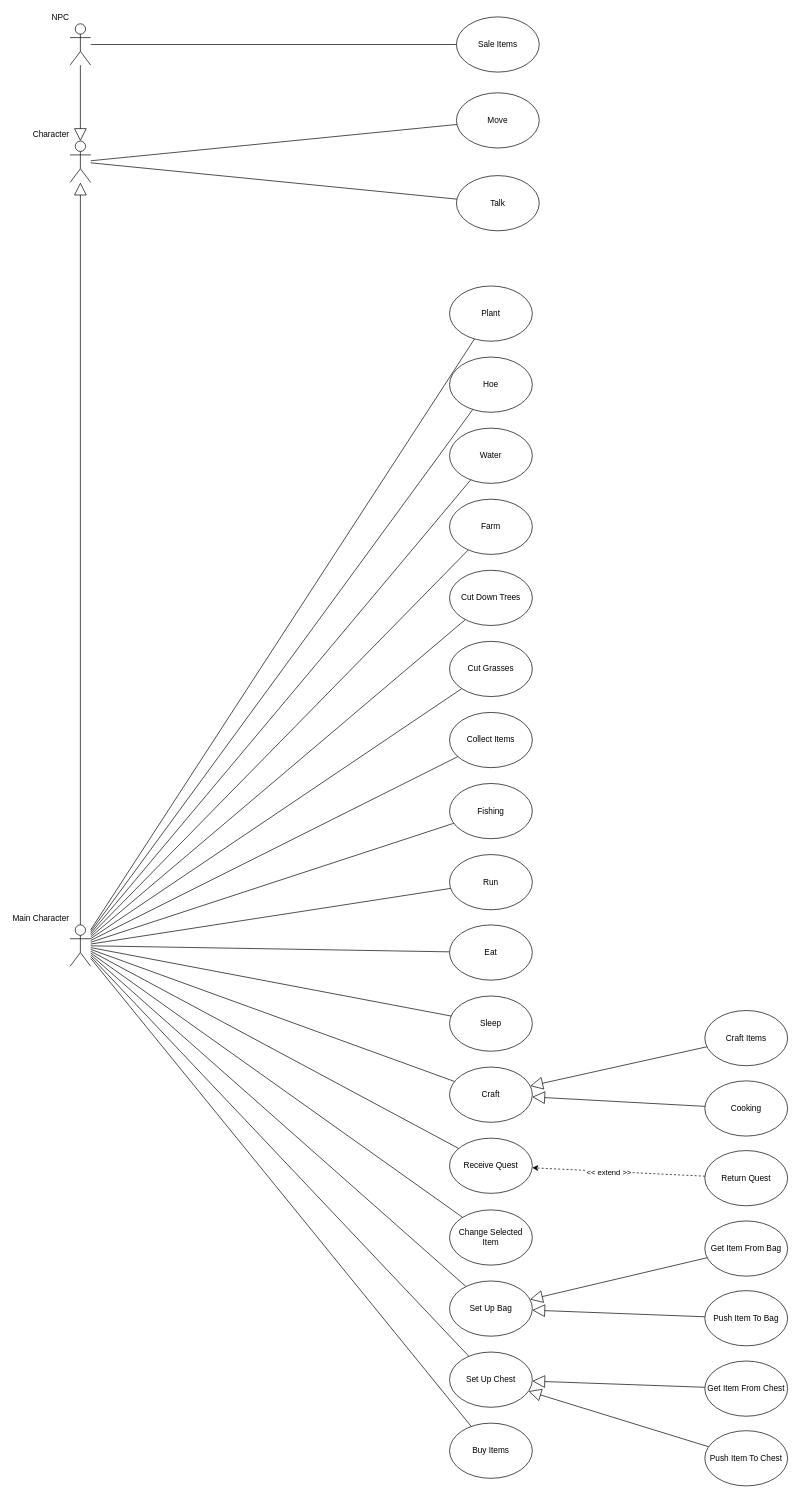
This is page "Main_Character_Use_cases" (2 of 4) of Document/Diagrams/sunny_field_use_cases.drawio from linhh563/sunny-fields, a draw.io file, before an edit. Source tidied: cells renumbered, new cells numbered last; positions are measured from the earlier drawing's top-left corner, leaving out a move shared by most shapes. Both pictures are drawn from the tidied source at 69%, with x=0, y=0 at pixel (70, 17).
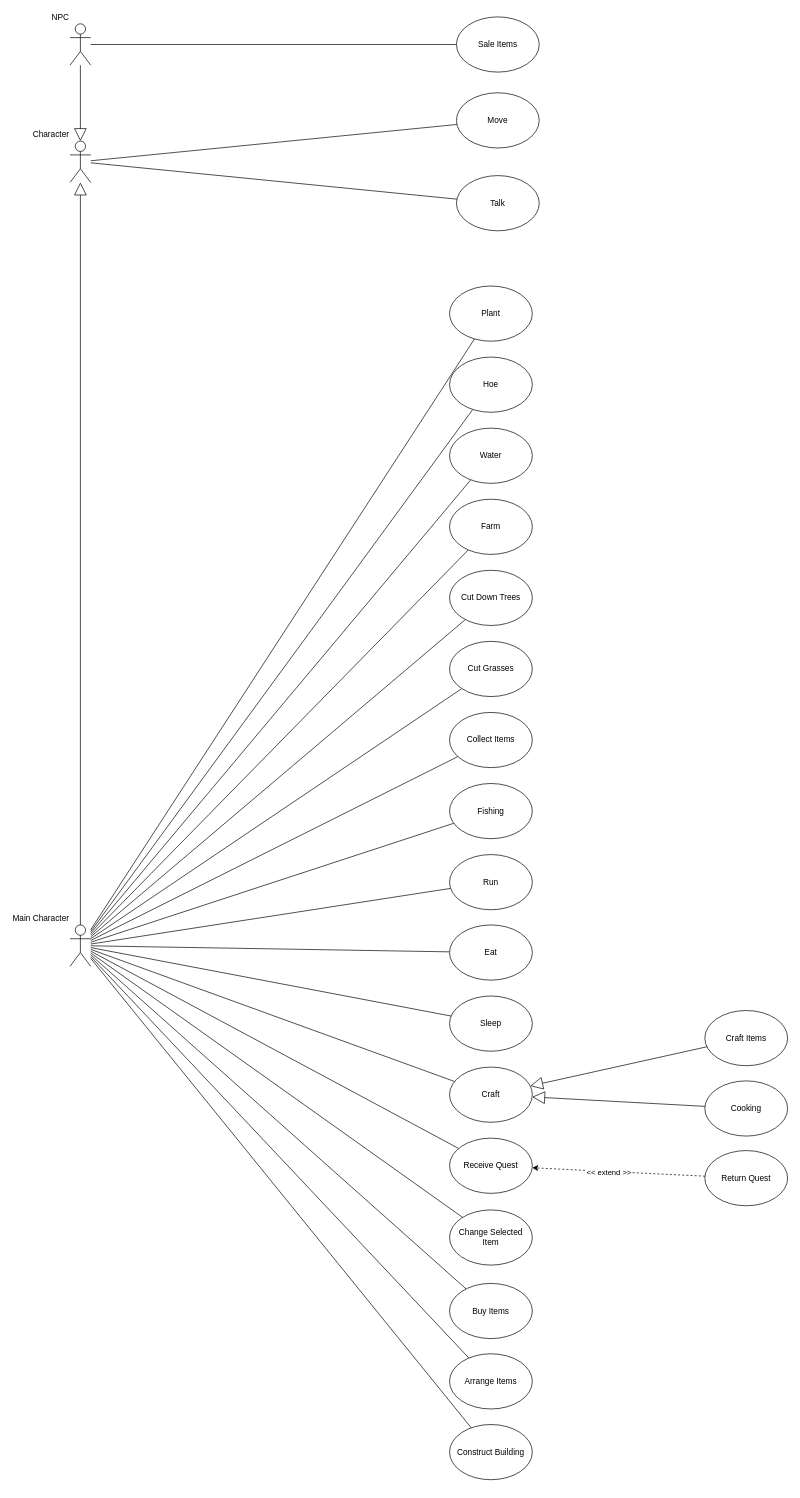
The same diagram, later.

Unchanged cells that the change refers to:
```xml
<mxCell id="20" value="Main Character" style="shape=umlActor;verticalLabelPosition=top;verticalAlign=bottom;html=1;outlineConnect=0;labelPosition=left;align=right;" parent="1" vertex="1">
  <mxGeometry y="1316" width="30" height="60" as="geometry" />
</mxCell>
```

What changed in the source:
```diff
@@
-    <mxCell id="17" style="rounded=0;jettySize=auto;html=1;endArrow=none;endFill=0;" parent="1" edge="1" source="20" target="51">
-      <mxGeometry relative="1" as="geometry" />
-    </mxCell>
-    <mxCell id="18" style="rounded=0;jettySize=auto;html=1;endArrow=none;endFill=0;" parent="1" edge="1" source="20" target="52">
-      <mxGeometry relative="1" as="geometry" />
-    </mxCell>
@@
+    <mxCell id="62" style="rounded=0;jettySize=auto;html=1;endArrow=none;endFill=0;" parent="1" edge="1" source="20" target="64">
+      <mxGeometry relative="1" as="geometry" />
+    </mxCell>
+    <mxCell id="63" style="rounded=0;jettySize=auto;html=1;endArrow=none;endFill=0;" parent="1" edge="1" source="20" target="65">
+      <mxGeometry relative="1" as="geometry" />
+    </mxCell>
@@
-    <mxCell id="50" style="rounded=0;jettySize=auto;html=1;endArrow=none;endFill=0;startArrow=block;startFill=0;endSize=16;startSize=16;" parent="1" edge="1" source="51" target="53">
-      <mxGeometry relative="1" as="geometry" />
-    </mxCell>
-    <mxCell id="51" value="Set Up Bag" style="ellipse;whiteSpace=wrap;html=1;" parent="1" vertex="1">
-      <mxGeometry x="550" y="1832" width="120" height="80" as="geometry" />
-    </mxCell>
-    <mxCell id="52" value="Set Up Chest" style="ellipse;whiteSpace=wrap;html=1;" parent="1" vertex="1">
-      <mxGeometry x="550" y="1935" width="120" height="80" as="geometry" />
-    </mxCell>
-    <mxCell id="53" value="Get Item From Bag" style="ellipse;whiteSpace=wrap;html=1;" parent="1" vertex="1">
-      <mxGeometry x="920" y="1745" width="120" height="80" as="geometry" />
-    </mxCell>
-    <mxCell id="54" style="rounded=0;jettySize=auto;html=1;endArrow=block;endFill=0;endSize=16;" parent="1" edge="1" source="55" target="51">
-      <mxGeometry relative="1" as="geometry" />
-    </mxCell>
-    <mxCell id="55" value="Push Item To Bag" style="ellipse;whiteSpace=wrap;html=1;" parent="1" vertex="1">
-      <mxGeometry x="920" y="1846" width="120" height="80" as="geometry" />
-    </mxCell>
-    <mxCell id="56" style="rounded=0;jettySize=auto;html=1;endArrow=block;endFill=0;endSize=16;" parent="1" edge="1" source="57" target="52">
-      <mxGeometry relative="1" as="geometry" />
-    </mxCell>
-    <mxCell id="57" value="Get Item From Chest" style="ellipse;whiteSpace=wrap;html=1;" parent="1" vertex="1">
-      <mxGeometry x="920" y="1948" width="120" height="80" as="geometry" />
-    </mxCell>
-    <mxCell id="58" style="rounded=0;jettySize=auto;html=1;endArrow=block;endFill=0;endSize=16;" parent="1" edge="1" source="59" target="52">
-      <mxGeometry relative="1" as="geometry" />
-    </mxCell>
-    <mxCell id="59" value="Push Item To Chest" style="ellipse;whiteSpace=wrap;html=1;" parent="1" vertex="1">
-      <mxGeometry x="920" y="2049" width="120" height="80" as="geometry" />
-    </mxCell>
@@
     <mxCell id="61" value="Buy Items" style="ellipse;whiteSpace=wrap;html=1;" parent="1" vertex="1">
-      <mxGeometry x="550" y="2038" width="120" height="80" as="geometry" />
+      <mxGeometry x="550" y="1835.5" width="120" height="80" as="geometry" />
     </mxCell>
+    <mxCell id="64" value="Arrange Items" style="ellipse;whiteSpace=wrap;html=1;" parent="1" vertex="1">
+      <mxGeometry x="550" y="1937.5" width="120" height="80" as="geometry" />
+    </mxCell>
+    <mxCell id="65" value="Construct Building" style="ellipse;whiteSpace=wrap;html=1;" parent="1" vertex="1">
+      <mxGeometry x="550" y="2040" width="120" height="80" as="geometry" />
+    </mxCell>
```
